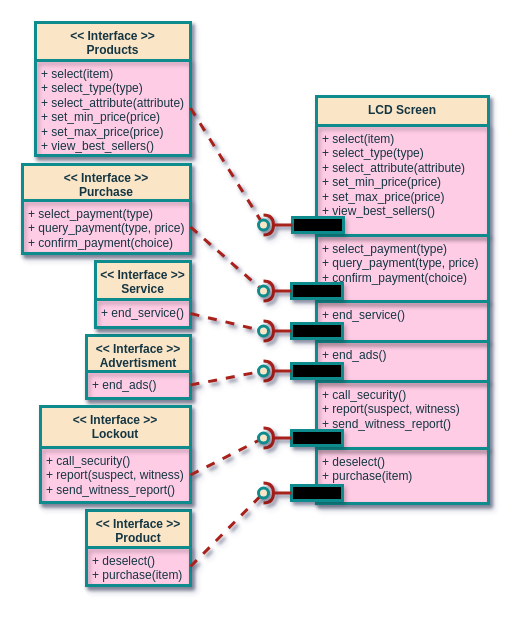
This is page "Component_LCD_Interface" (1 of 18) of CSC382-Software_Engineering/Final/Final.drawio from casonk/university-coursework, a draw.io file, before an edit. Source tidied: cells renumbered, new cells numbered last; positions are measured from the earlier drawing's top-left corner, leaving out a move shared by most shapes. Both pictures are drawn from the tidied source at 100%, with x=0, y=0 at pixel (22, 22).
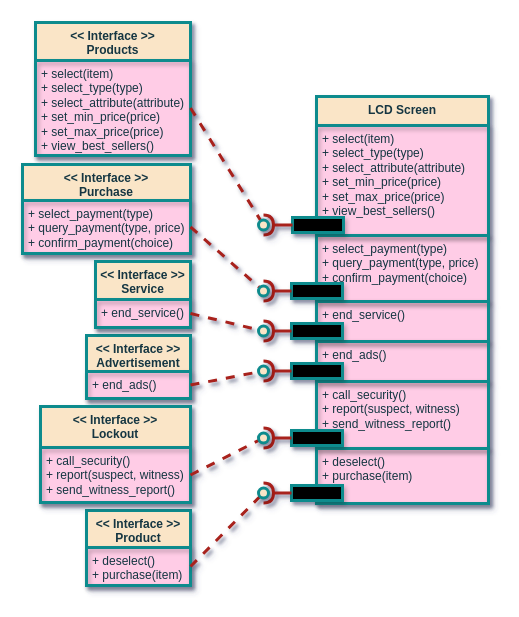
The same diagram, later.

Change to the diagram source:
```diff
@@
-    <mxCell id="15" value="&amp;lt;&amp;lt; Interface &amp;gt;&amp;gt;&lt;br&gt;Advertisment" style="swimlane;fontStyle=1;align=center;verticalAlign=top;horizontal=1;startSize=36;shadow=1;glass=0;labelBackgroundColor=none;fontColor=#143642;strokeColor=#0F8B8D;strokeWidth=3;swimlaneFillColor=#FFCCE6;fillColor=#FAE5C7;whiteSpace=wrap;html=1;" parent="1" vertex="1">
+    <mxCell id="15" value="&amp;lt;&amp;lt; Interface &amp;gt;&amp;gt;&lt;br&gt;Advertisement" style="swimlane;fontStyle=1;align=center;verticalAlign=top;horizontal=1;startSize=36;shadow=1;glass=0;labelBackgroundColor=none;fontColor=#143642;strokeColor=#0F8B8D;strokeWidth=3;swimlaneFillColor=#FFCCE6;fillColor=#FAE5C7;whiteSpace=wrap;html=1;" parent="1" vertex="1">
       <mxGeometry x="64" y="313" width="104" height="63" as="geometry" />
     </mxCell>
```
